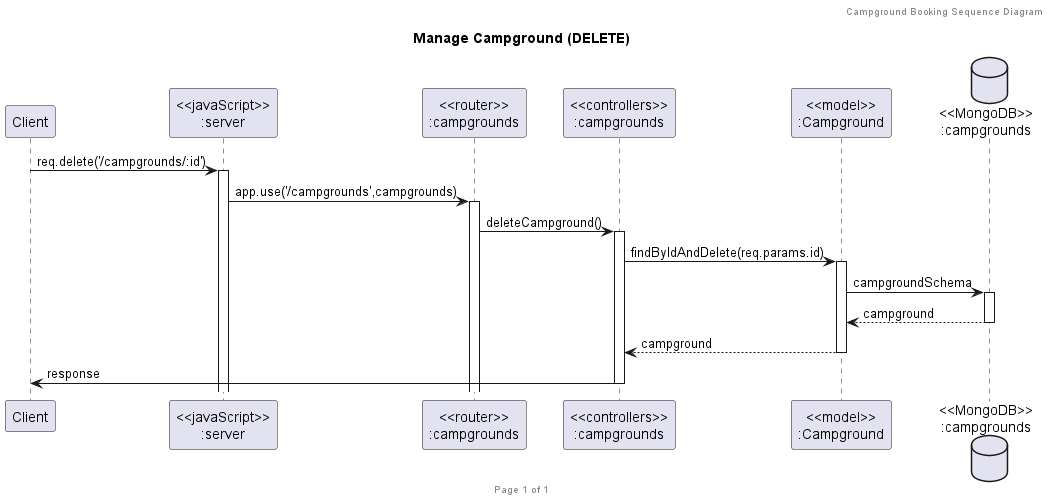
Before: presentation/Sequence_Diagram/Campgrounds/Manage Campground (DELETE).png, a diagram exported from PlantUML (2110503TACEDT66/presentation-day-1-i-am-the-bone-of-my-sources). Source of this version:
```plantuml
@startuml Manage Campground (DELETE)

header Campground Booking Sequence Diagram
footer Page %page% of %lastpage%
title "Manage Campground (DELETE)"

participant "Client" as client
participant "<<javaScript>>\n:server" as server
participant "<<router>>\n:campgrounds" as routerCampgrounds
participant "<<controllers>>\n:campgrounds" as controllersCampgrounds
participant "<<model>>\n:Campground" as modelCampground
database "<<MongoDB>>\n:campgrounds" as CampgroundsDatabase

client->server ++:req.delete('/campgrounds/:id')
server->routerCampgrounds ++:app.use('/campgrounds',campgrounds)
routerCampgrounds -> controllersCampgrounds ++:deleteCampground()
controllersCampgrounds->modelCampground ++:findByIdAndDelete(req.params.id)
modelCampground ->CampgroundsDatabase ++: campgroundSchema
CampgroundsDatabase --> modelCampground --: campground
modelCampground --> controllersCampgrounds --: campground
controllersCampgrounds -> client --: response

@enduml
```
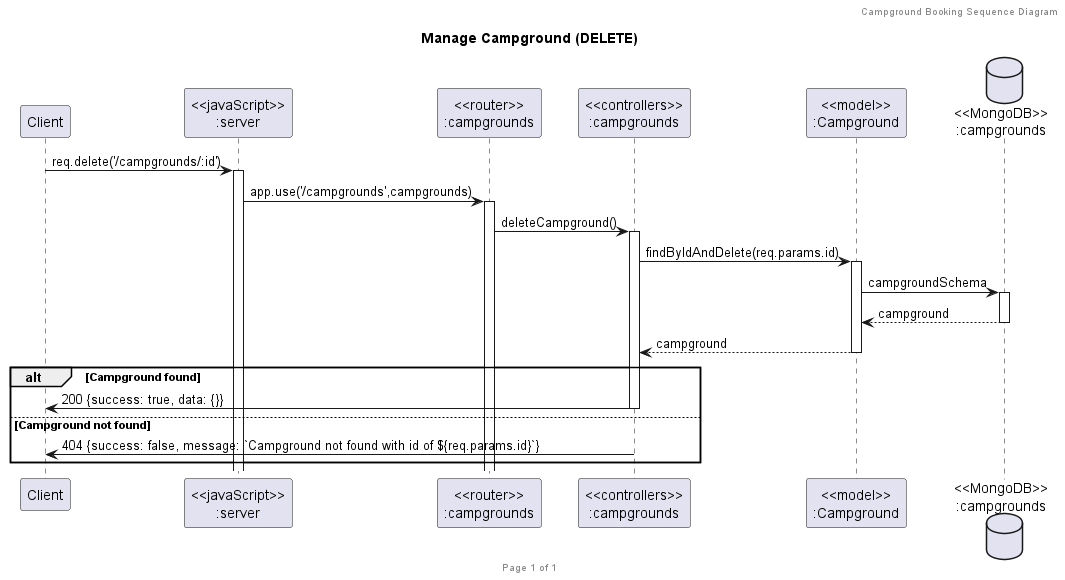
After the change.

Commit message:
Alt response of campground sequence diagram

Diff of the diagram source:
```diff
@@ -18,6 +18,10 @@
 modelCampground ->CampgroundsDatabase ++: campgroundSchema
 CampgroundsDatabase --> modelCampground --: campground
 modelCampground --> controllersCampgrounds --: campground
-controllersCampgrounds -> client --: response
+alt Campground found
+    controllersCampgrounds -> client --: 200 {success: true, data: {}}
+else Campground not found
+    controllersCampgrounds -> client --: 404 {success: false, message: `Campground not found with id of ${req.params.id}`}
+end
 
 @enduml
```
